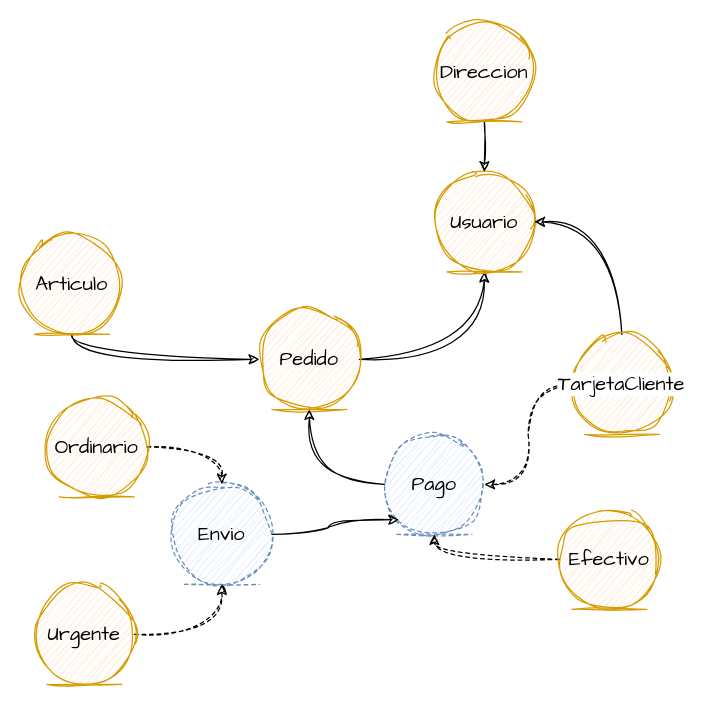
Before: example/ejemplo.drawio in alexrcas/iomapper, a draw.io diagram. Source tidied: cells renumbered, new cells numbered last; positions are measured from the earlier drawing's top-left corner, leaving out a move shared by most shapes. Both pictures are drawn from the tidied source at 125%, with x=0, y=0 at pixel (21, 21).
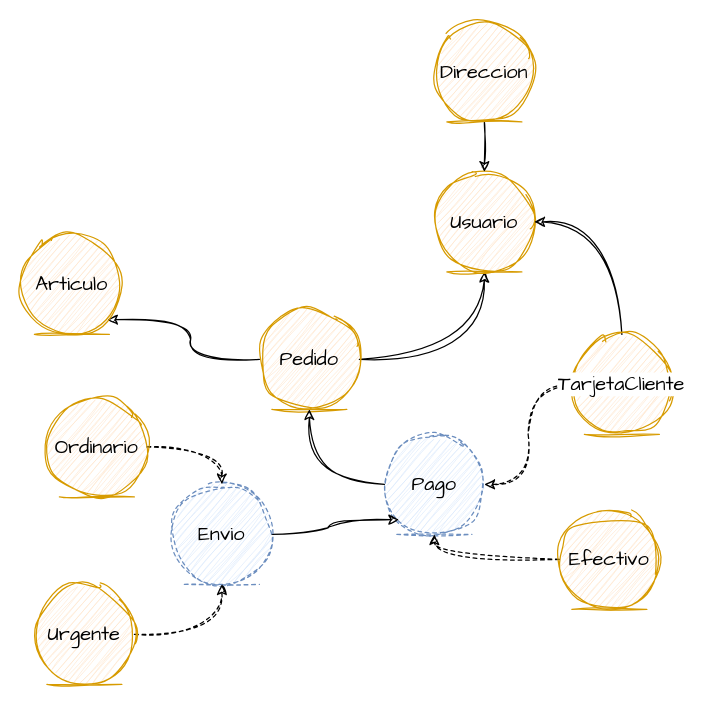
The same diagram, later.

Unchanged cells that the change refers to:
```xml
<mxCell id="3" value="Pedido" style="ellipse;shape=umlEntity;whiteSpace=wrap;html=1;sketch=1;hachureGap=4;jiggle=2;curveFitting=1;fontFamily=Architects Daughter;fontSize=16;fillColor=#ffe6cc;strokeColor=#d79b00;" parent="1" vertex="1">
  <mxGeometry x="190" y="230" width="80" height="80" as="geometry" />
</mxCell>
<mxCell id="5" value="Articulo" style="ellipse;shape=umlEntity;whiteSpace=wrap;html=1;sketch=1;hachureGap=4;jiggle=2;curveFitting=1;fontFamily=Architects Daughter;fontSize=16;fillColor=#ffe6cc;strokeColor=#d79b00;" parent="1" vertex="1">
  <mxGeometry y="170" width="80" height="80" as="geometry" />
</mxCell>
```

Change to the diagram source:
```diff
@@
+    <mxCell id="22" style="edgeStyle=orthogonalEdgeStyle;sketch=1;hachureGap=4;jiggle=2;curveFitting=1;jettySize=auto;html=1;exitX=0;exitY=0.5;exitDx=0;exitDy=0;entryX=1;entryY=1;entryDx=0;entryDy=0;fontFamily=Architects Daughter;fontSize=16;curved=1;" parent="1" edge="1" source="3" target="5">
+      <mxGeometry relative="1" as="geometry" />
+    </mxCell>
@@
-    <mxCell id="4" style="edgeStyle=orthogonalEdgeStyle;sketch=1;hachureGap=4;jiggle=2;curveFitting=1;jettySize=auto;html=1;exitX=0.5;exitY=1;exitDx=0;exitDy=0;entryX=0;entryY=0.5;entryDx=0;entryDy=0;fontFamily=Architects Daughter;fontSize=16;curved=1;" parent="1" edge="1" source="5" target="3">
-      <mxGeometry relative="1" as="geometry" />
-    </mxCell>
```
